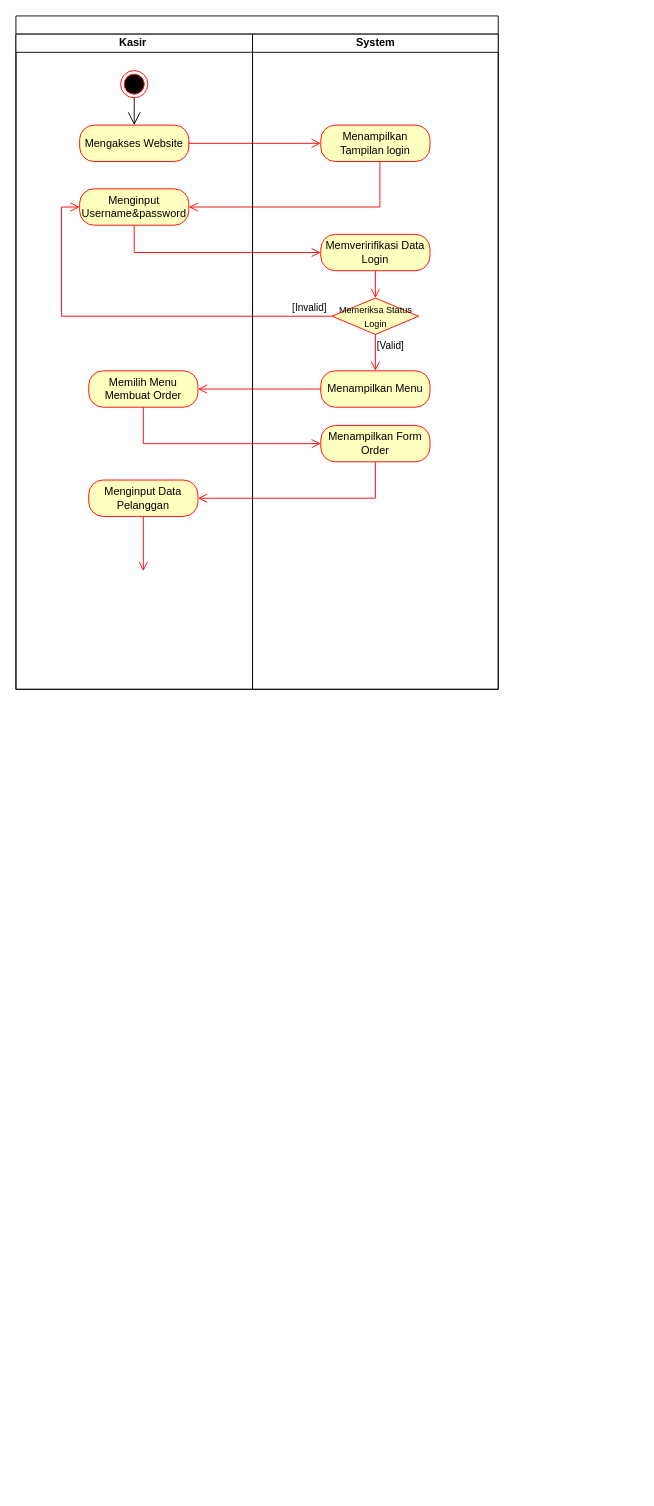
K35x/si_siblings_uml keeps this draw.io diagram as page "ACTIVITY DIAGRAM KASIR" (3 of 9) of ALL UML.drawio. Above is the earlier version. Source tidied: cells renumbered, new cells numbered last; positions are measured from the earlier drawing's top-left corner, leaving out a move shared by most shapes. Both pictures are drawn from the tidied source at 91%, with x=0, y=0 at pixel (15, 15).
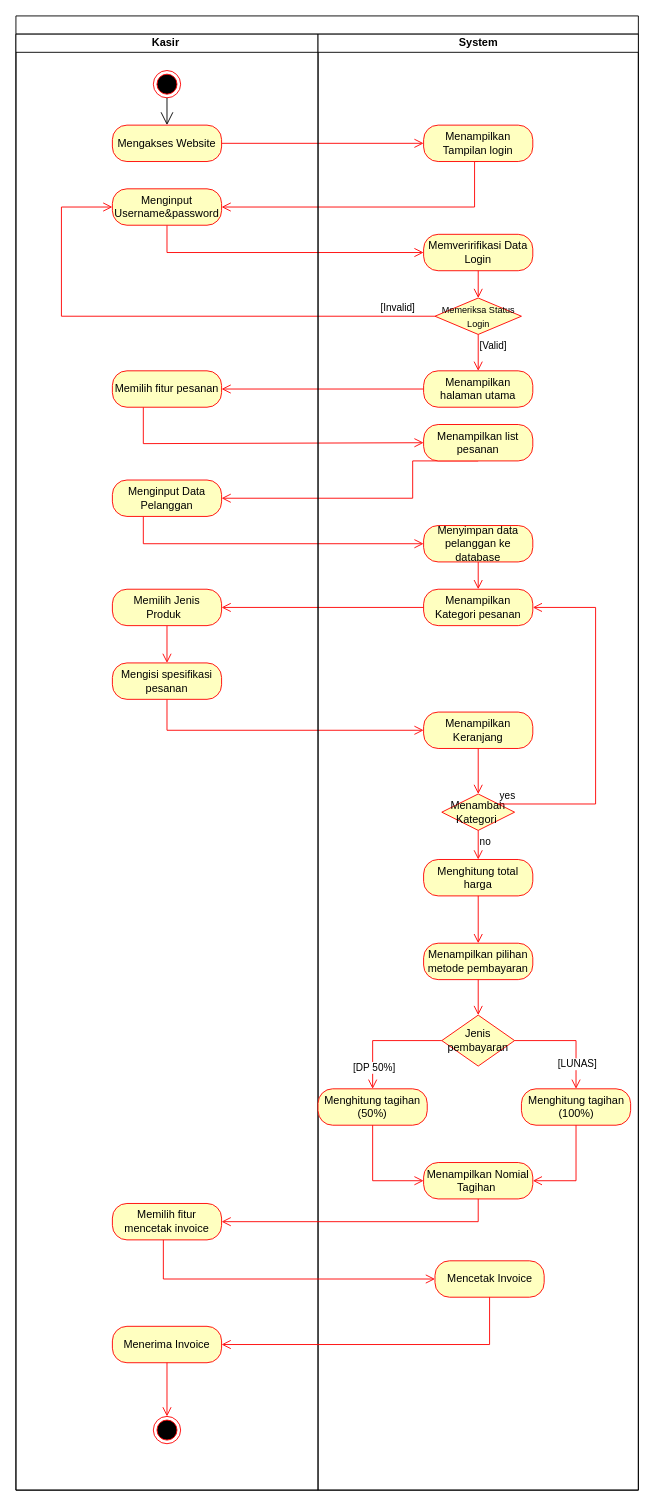
Above is the later version.

Change to the diagram source:
```diff
@@
     <mxCell id="2" style="swimlane;startSize=20;html=1;" parent="1" vertex="1">
-      <mxGeometry width="530" height="740" as="geometry" />
+      <mxGeometry width="684" height="1620" as="geometry" />
     </mxCell>
+    <mxCell id="11" style="edgeStyle=orthogonalEdgeStyle;html=1;verticalAlign=bottom;endArrow=open;endSize=8;strokeColor=#ff0000;rounded=0;entryX=0;entryY=0.5;entryDx=0;entryDy=0;" parent="2" edge="1" source="6" target="16">
+      <mxGeometry relative="1" as="geometry" />
+    </mxCell>
+    <mxCell id="12" style="edgeStyle=orthogonalEdgeStyle;html=1;verticalAlign=bottom;endArrow=open;endSize=8;strokeColor=#ff0000;rounded=0;entryX=1;entryY=0.5;entryDx=0;entryDy=0;exitX=0.5;exitY=1;exitDx=0;exitDy=0;" parent="2" edge="1" source="16" target="7">
+      <mxGeometry relative="1" as="geometry">
+        <Array as="points">
+          <mxPoint x="504" y="160" />
+          <mxPoint x="504" y="210" />
+        </Array>
+      </mxGeometry>
+    </mxCell>
+    <mxCell id="13" style="edgeStyle=orthogonalEdgeStyle;html=1;verticalAlign=bottom;endArrow=open;endSize=8;strokeColor=#ff0000;rounded=0;entryX=0;entryY=0.5;entryDx=0;entryDy=0;" parent="2" edge="1" source="7" target="17">
+      <mxGeometry relative="1" as="geometry">
+        <Array as="points">
+          <mxPoint x="166" y="260" />
+        </Array>
+      </mxGeometry>
+    </mxCell>
+    <mxCell id="14" value="[Invalid]" style="edgeStyle=orthogonalEdgeStyle;html=1;align=left;verticalAlign=bottom;endArrow=open;endSize=8;strokeColor=#ff0000;rounded=0;entryX=0;entryY=0.5;entryDx=0;entryDy=0;" parent="2" edge="1" source="19" target="7">
+      <mxGeometry x="-0.79" relative="1" as="geometry">
+        <Array as="points">
+          <mxPoint x="50" y="330" />
+          <mxPoint x="50" y="210" />
+        </Array>
+      </mxGeometry>
+    </mxCell>
+    <mxCell id="23" style="edgeStyle=orthogonalEdgeStyle;html=1;verticalAlign=bottom;endArrow=open;endSize=8;strokeColor=#ff0000;rounded=0;entryX=1;entryY=0.5;entryDx=0;entryDy=0;" parent="2" edge="1" source="21" target="8">
+      <mxGeometry relative="1" as="geometry" />
+    </mxCell>
+    <mxCell id="24" style="edgeStyle=orthogonalEdgeStyle;html=1;verticalAlign=bottom;endArrow=open;endSize=8;strokeColor=#ff0000;rounded=0;entryX=0;entryY=0.5;entryDx=0;entryDy=0;" parent="2" edge="1" source="8" target="22">
+      <mxGeometry relative="1" as="geometry">
+        <Array as="points">
+          <mxPoint x="140" y="470" />
+        </Array>
+      </mxGeometry>
+    </mxCell>
+    <mxCell id="25" style="edgeStyle=orthogonalEdgeStyle;html=1;verticalAlign=bottom;endArrow=open;endSize=8;strokeColor=#ff0000;rounded=0;entryX=1;entryY=0.5;entryDx=0;entryDy=0;exitX=0.5;exitY=1;exitDx=0;exitDy=0;" parent="2" edge="1" source="22" target="9">
+      <mxGeometry relative="1" as="geometry">
+        <Array as="points">
+          <mxPoint x="436" y="530" />
+        </Array>
+      </mxGeometry>
+    </mxCell>
+    <mxCell id="10" style="edgeStyle=orthogonalEdgeStyle;html=1;verticalAlign=bottom;endArrow=open;endSize=8;strokeColor=#ff0000;rounded=0;entryX=0;entryY=0.5;entryDx=0;entryDy=0;" parent="2" edge="1" source="9" target="35">
+      <mxGeometry relative="1" as="geometry">
+        <Array as="points">
+          <mxPoint x="140" y="580" />
+        </Array>
+      </mxGeometry>
+    </mxCell>
+    <mxCell id="26" style="edgeStyle=orthogonalEdgeStyle;html=1;verticalAlign=bottom;endArrow=open;endSize=8;strokeColor=#ff0000;rounded=0;entryX=1;entryY=0.5;entryDx=0;entryDy=0;" parent="2" edge="1" source="36" target="29">
+      <mxGeometry relative="1" as="geometry" />
+    </mxCell>
+    <mxCell id="27" style="edgeStyle=orthogonalEdgeStyle;html=1;verticalAlign=bottom;endArrow=open;endSize=8;strokeColor=#ff0000;rounded=0;entryX=0;entryY=0.5;entryDx=0;entryDy=0;" parent="2" edge="1" source="30" target="38">
+      <mxGeometry relative="1" as="geometry">
+        <Array as="points">
+          <mxPoint x="166" y="785" />
+        </Array>
+      </mxGeometry>
+    </mxCell>
     <mxCell id="3" value="Kasir&amp;nbsp;" style="swimlane;startSize=20;html=1;" parent="2" vertex="1">
-      <mxGeometry y="20" width="260" height="720" as="geometry" />
+      <mxGeometry y="20" width="332" height="1600" as="geometry" />
     </mxCell>
     <mxCell id="4" style="ellipse;html=1;shape=endState;fillColor=#000000;strokeColor=#ff0000;" parent="3" vertex="1">
-      <mxGeometry x="115" y="40" width="30" height="30" as="geometry" />
+      <mxGeometry x="151" y="40" width="30" height="30" as="geometry" />
     </mxCell>
@@
     <mxCell id="6" value="Mengakses Website" style="rounded=1;whiteSpace=wrap;html=1;arcSize=40;fontColor=#000000;fillColor=#ffffc0;strokeColor=#ff0000;" parent="3" vertex="1">
-      <mxGeometry x="70" y="100" width="120" height="40" as="geometry" />
+      <mxGeometry x="106" y="100" width="120" height="40" as="geometry" />
     </mxCell>
     <mxCell id="7" value="Menginput Username&amp;amp;password" style="rounded=1;whiteSpace=wrap;html=1;arcSize=40;fontColor=#000000;fillColor=#ffffc0;strokeColor=#ff0000;" parent="3" vertex="1">
-      <mxGeometry x="70" y="170" width="120" height="40" as="geometry" />
+      <mxGeometry x="106" y="170" width="120" height="40" as="geometry" />
     </mxCell>
-    <mxCell id="8" value="Memilih Menu Membuat Order" style="rounded=1;whiteSpace=wrap;html=1;arcSize=40;fontColor=#000000;fillColor=#ffffc0;strokeColor=#ff0000;" parent="3" vertex="1">
-      <mxGeometry x="80" y="370" width="120" height="40" as="geometry" />
+    <mxCell id="8" value="Memilih fitur pesanan" style="rounded=1;whiteSpace=wrap;html=1;arcSize=40;fontColor=#000000;fillColor=#ffffc0;strokeColor=#ff0000;" parent="3" vertex="1">
+      <mxGeometry x="106" y="370" width="120" height="40" as="geometry" />
     </mxCell>
     <mxCell id="9" value="Menginput Data Pelanggan" style="rounded=1;whiteSpace=wrap;html=1;arcSize=40;fontColor=#000000;fillColor=#ffffc0;strokeColor=#ff0000;" parent="3" vertex="1">
-      <mxGeometry x="80" y="490" width="120" height="40" as="geometry" />
+      <mxGeometry x="106" y="490" width="120" height="40" as="geometry" />
     </mxCell>
-    <mxCell id="10" style="edgeStyle=orthogonalEdgeStyle;html=1;verticalAlign=bottom;endArrow=open;endSize=8;strokeColor=#ff0000;rounded=0;" parent="3" edge="1" source="9">
-      <mxGeometry relative="1" as="geometry">
-        <mxPoint x="140" y="590" as="targetPoint" />
-      </mxGeometry>
-    </mxCell>
-    <mxCell id="11" style="edgeStyle=orthogonalEdgeStyle;html=1;verticalAlign=bottom;endArrow=open;endSize=8;strokeColor=#ff0000;rounded=0;entryX=0;entryY=0.5;entryDx=0;entryDy=0;" parent="2" edge="1" source="6" target="16">
-      <mxGeometry relative="1" as="geometry" />
-    </mxCell>
-    <mxCell id="12" style="edgeStyle=orthogonalEdgeStyle;html=1;verticalAlign=bottom;endArrow=open;endSize=8;strokeColor=#ff0000;rounded=0;entryX=1;entryY=0.5;entryDx=0;entryDy=0;" parent="2" edge="1" source="16" target="7">
-      <mxGeometry relative="1" as="geometry">
-        <Array as="points">
-          <mxPoint x="400" y="210" />
-        </Array>
-      </mxGeometry>
-    </mxCell>
-    <mxCell id="13" style="edgeStyle=orthogonalEdgeStyle;html=1;verticalAlign=bottom;endArrow=open;endSize=8;strokeColor=#ff0000;rounded=0;entryX=0;entryY=0.5;entryDx=0;entryDy=0;" parent="2" edge="1" source="7" target="17">
-      <mxGeometry relative="1" as="geometry">
-        <Array as="points">
-          <mxPoint x="130" y="260" />
-        </Array>
-      </mxGeometry>
-    </mxCell>
-    <mxCell id="14" value="[Invalid]" style="edgeStyle=orthogonalEdgeStyle;html=1;align=left;verticalAlign=bottom;endArrow=open;endSize=8;strokeColor=#ff0000;rounded=0;entryX=0;entryY=0.5;entryDx=0;entryDy=0;" parent="2" edge="1" source="19" target="7">
-      <mxGeometry x="-0.79" relative="1" as="geometry">
-        <Array as="points">
-          <mxPoint x="50" y="330" />
-          <mxPoint x="50" y="210" />
-        </Array>
-      </mxGeometry>
-    </mxCell>
+    <mxCell id="28" style="edgeStyle=orthogonalEdgeStyle;html=1;verticalAlign=bottom;endArrow=open;endSize=8;strokeColor=#ff0000;rounded=0;entryX=0.5;entryY=0;entryDx=0;entryDy=0;" parent="3" edge="1" source="29" target="30">
+      <mxGeometry relative="1" as="geometry" />
+    </mxCell>
+    <mxCell id="29" value="Memilih Jenis Produk&amp;nbsp;&amp;nbsp;" style="rounded=1;whiteSpace=wrap;html=1;arcSize=40;fontColor=#000000;fillColor=#ffffc0;strokeColor=#ff0000;" parent="3" vertex="1">
+      <mxGeometry x="106" y="610" width="120" height="40" as="geometry" />
+    </mxCell>
+    <mxCell id="30" value="Mengisi spesifikasi pesanan" style="rounded=1;whiteSpace=wrap;html=1;arcSize=40;fontColor=#000000;fillColor=#ffffc0;strokeColor=#ff0000;" parent="3" vertex="1">
+      <mxGeometry x="106" y="691" width="120" height="40" as="geometry" />
+    </mxCell>
+    <mxCell id="31" value="Memilih fitur mencetak invoice" style="rounded=1;whiteSpace=wrap;html=1;arcSize=40;fontColor=#000000;fillColor=#ffffc0;strokeColor=#ff0000;" parent="3" vertex="1">
+      <mxGeometry x="106" y="1285" width="120" height="40" as="geometry" />
+    </mxCell>
+    <mxCell id="32" value="Menerima Invoice" style="rounded=1;whiteSpace=wrap;html=1;arcSize=40;fontColor=#000000;fillColor=#ffffc0;strokeColor=#ff0000;" parent="3" vertex="1">
+      <mxGeometry x="106" y="1420" width="120" height="40" as="geometry" />
+    </mxCell>
+    <mxCell id="33" style="edgeStyle=orthogonalEdgeStyle;html=1;verticalAlign=bottom;endArrow=open;endSize=8;strokeColor=#ff0000;rounded=0;entryX=0.5;entryY=0;entryDx=0;entryDy=0;" parent="3" edge="1" source="32" target="34">
+      <mxGeometry relative="1" as="geometry" />
+    </mxCell>
+    <mxCell id="34" style="ellipse;html=1;shape=endState;fillColor=#000000;strokeColor=#ff0000;" parent="3" vertex="1">
+      <mxGeometry x="151" y="1519" width="30" height="30" as="geometry" />
+    </mxCell>
     <mxCell id="15" value="System" style="swimlane;startSize=20;html=1;" parent="2" vertex="1">
-      <mxGeometry x="260" y="20" width="270" height="720" as="geometry" />
+      <mxGeometry x="332" y="20" width="352" height="1600" as="geometry" />
     </mxCell>
     <mxCell id="16" value="Menampilkan Tampilan login" style="rounded=1;whiteSpace=wrap;html=1;arcSize=40;fontColor=#000000;fillColor=#ffffc0;strokeColor=#ff0000;" parent="15" vertex="1">
-      <mxGeometry x="75" y="100" width="120" height="40" as="geometry" />
+      <mxGeometry x="116" y="100" width="120" height="40" as="geometry" />
     </mxCell>
     <mxCell id="17" value="Memveririfikasi Data Login" style="rounded=1;whiteSpace=wrap;html=1;arcSize=40;fontColor=#000000;fillColor=#ffffc0;strokeColor=#ff0000;" parent="15" vertex="1">
-      <mxGeometry x="75" y="220" width="120" height="40" as="geometry" />
+      <mxGeometry x="116" y="220" width="120" height="40" as="geometry" />
     </mxCell>
@@
     <mxCell id="19" value="&lt;font style=&quot;font-size: 10px;&quot;&gt;Memeriksa Status Login&lt;/font&gt;" style="rhombus;whiteSpace=wrap;html=1;fontColor=#000000;fillColor=#ffffc0;strokeColor=#ff0000;" parent="15" vertex="1">
-      <mxGeometry x="87.5" y="290" width="95" height="40" as="geometry" />
+      <mxGeometry x="128.5" y="290" width="95" height="40" as="geometry" />
     </mxCell>
@@
-    <mxCell id="21" value="Menampilkan Menu" style="rounded=1;whiteSpace=wrap;html=1;arcSize=40;fontColor=#000000;fillColor=#ffffc0;strokeColor=#ff0000;" parent="15" vertex="1">
-      <mxGeometry x="75" y="370" width="120" height="40" as="geometry" />
+    <mxCell id="21" value="Menampilkan halaman utama" style="rounded=1;whiteSpace=wrap;html=1;arcSize=40;fontColor=#000000;fillColor=#ffffc0;strokeColor=#ff0000;" parent="15" vertex="1">
+      <mxGeometry x="116" y="370" width="120" height="40" as="geometry" />
     </mxCell>
-    <mxCell id="22" value="Menampilkan Form Order" style="rounded=1;whiteSpace=wrap;html=1;arcSize=40;fontColor=#000000;fillColor=#ffffc0;strokeColor=#ff0000;" parent="15" vertex="1">
-      <mxGeometry x="75" y="430" width="120" height="40" as="geometry" />
+    <mxCell id="22" value="Menampilkan list pesanan" style="rounded=1;whiteSpace=wrap;html=1;arcSize=40;fontColor=#000000;fillColor=#ffffc0;strokeColor=#ff0000;" parent="15" vertex="1">
+      <mxGeometry x="116" y="429" width="120" height="40" as="geometry" />
     </mxCell>
-    <mxCell id="23" style="edgeStyle=orthogonalEdgeStyle;html=1;verticalAlign=bottom;endArrow=open;endSize=8;strokeColor=#ff0000;rounded=0;entryX=1;entryY=0.5;entryDx=0;entryDy=0;" parent="2" edge="1" source="21" target="8">
-      <mxGeometry relative="1" as="geometry" />
-    </mxCell>
-    <mxCell id="24" style="edgeStyle=orthogonalEdgeStyle;html=1;verticalAlign=bottom;endArrow=open;endSize=8;strokeColor=#ff0000;rounded=0;entryX=0;entryY=0.5;entryDx=0;entryDy=0;" parent="2" edge="1" source="8" target="22">
-      <mxGeometry relative="1" as="geometry">
-        <Array as="points">
-          <mxPoint x="140" y="470" />
-        </Array>
-      </mxGeometry>
-    </mxCell>
-    <mxCell id="25" style="edgeStyle=orthogonalEdgeStyle;html=1;verticalAlign=bottom;endArrow=open;endSize=8;strokeColor=#ff0000;rounded=0;entryX=1;entryY=0.5;entryDx=0;entryDy=0;" parent="2" edge="1" source="22" target="9">
-      <mxGeometry relative="1" as="geometry">
-        <Array as="points">
-          <mxPoint x="395" y="530" />
-        </Array>
-      </mxGeometry>
-    </mxCell>
+    <mxCell id="35" value="Menyimpan data pelanggan ke database" style="rounded=1;whiteSpace=wrap;html=1;arcSize=40;fontColor=#000000;fillColor=#ffffc0;strokeColor=#ff0000;" parent="15" vertex="1">
+      <mxGeometry x="116" y="540" width="120" height="40" as="geometry" />
+    </mxCell>
+    <mxCell id="36" value="Menampilkan Kategori pesanan" style="rounded=1;whiteSpace=wrap;html=1;arcSize=40;fontColor=#000000;fillColor=#ffffc0;strokeColor=#ff0000;" parent="15" vertex="1">
+      <mxGeometry x="116" y="610" width="120" height="40" as="geometry" />
+    </mxCell>
+    <mxCell id="37" style="edgeStyle=orthogonalEdgeStyle;html=1;verticalAlign=bottom;endArrow=open;endSize=8;strokeColor=#ff0000;rounded=0;" parent="15" edge="1" source="35" target="36">
+      <mxGeometry relative="1" as="geometry">
+        <Array as="points">
+          <mxPoint x="135" y="620" />
+          <mxPoint x="120" y="620" />
+        </Array>
+      </mxGeometry>
+    </mxCell>
+    <mxCell id="38" value="Menampilkan Keranjang" style="rounded=1;whiteSpace=wrap;html=1;arcSize=40;fontColor=#000000;fillColor=#ffffc0;strokeColor=#ff0000;" parent="15" vertex="1">
+      <mxGeometry x="116" y="745" width="120" height="40" as="geometry" />
+    </mxCell>
+    <mxCell id="39" style="edgeStyle=orthogonalEdgeStyle;html=1;verticalAlign=bottom;endArrow=open;endSize=8;strokeColor=#ff0000;rounded=0;entryX=0.5;entryY=0;entryDx=0;entryDy=0;" parent="15" edge="1" source="38" target="40">
+      <mxGeometry relative="1" as="geometry" />
+    </mxCell>
+    <mxCell id="40" value="Menambah Kategori&amp;nbsp;" style="rhombus;whiteSpace=wrap;html=1;fontColor=#000000;fillColor=#ffffc0;strokeColor=#ff0000;" parent="15" vertex="1">
+      <mxGeometry x="136" y="835" width="80" height="40" as="geometry" />
+    </mxCell>
+    <mxCell id="41" value="yes" style="edgeStyle=orthogonalEdgeStyle;html=1;align=left;verticalAlign=bottom;endArrow=open;endSize=8;strokeColor=#ff0000;rounded=0;entryX=1;entryY=0.5;entryDx=0;entryDy=0;" parent="15" edge="1" source="40" target="36">
+      <mxGeometry x="-1" relative="1" as="geometry">
+        <Array as="points">
+          <mxPoint x="305" y="846" />
+          <mxPoint x="305" y="630" />
+        </Array>
+      </mxGeometry>
+    </mxCell>
+    <mxCell id="42" value="Menghitung total harga" style="rounded=1;whiteSpace=wrap;html=1;arcSize=40;fontColor=#000000;fillColor=#ffffc0;strokeColor=#ff0000;" parent="15" vertex="1">
+      <mxGeometry x="116" y="907" width="120" height="40" as="geometry" />
+    </mxCell>
+    <mxCell id="43" value="no" style="edgeStyle=orthogonalEdgeStyle;html=1;align=left;verticalAlign=top;endArrow=open;endSize=8;strokeColor=#ff0000;rounded=0;entryX=0.5;entryY=0;entryDx=0;entryDy=0;" parent="15" edge="1" source="40" target="42">
+      <mxGeometry x="-1" relative="1" as="geometry" />
+    </mxCell>
+    <mxCell id="44" value="Menampilkan pilihan metode pembayaran" style="rounded=1;whiteSpace=wrap;html=1;arcSize=40;fontColor=#000000;fillColor=#ffffc0;strokeColor=#ff0000;" parent="15" vertex="1">
+      <mxGeometry x="116" y="999" width="120" height="40" as="geometry" />
+    </mxCell>
+    <mxCell id="45" style="edgeStyle=orthogonalEdgeStyle;html=1;verticalAlign=bottom;endArrow=open;endSize=8;strokeColor=#ff0000;rounded=0;entryX=0.5;entryY=0;entryDx=0;entryDy=0;" parent="15" edge="1" source="44" target="47">
+      <mxGeometry relative="1" as="geometry" />
+    </mxCell>
+    <mxCell id="46" style="edgeStyle=orthogonalEdgeStyle;html=1;verticalAlign=bottom;endArrow=open;endSize=8;strokeColor=#ff0000;rounded=0;entryX=0.5;entryY=0;entryDx=0;entryDy=0;" parent="15" edge="1" source="42" target="44">
+      <mxGeometry relative="1" as="geometry" />
+    </mxCell>
+    <mxCell id="47" value="Jenis pembayaran" style="rhombus;whiteSpace=wrap;html=1;fontColor=#000000;fillColor=#ffffc0;strokeColor=#ff0000;" parent="15" vertex="1">
+      <mxGeometry x="136" y="1078" width="80" height="56" as="geometry" />
+    </mxCell>
+    <mxCell id="48" value="Menghitung tagihan (100%)" style="rounded=1;whiteSpace=wrap;html=1;arcSize=40;fontColor=#000000;fillColor=#ffffc0;strokeColor=#ff0000;" parent="15" vertex="1">
+      <mxGeometry x="223.5" y="1159" width="120" height="40" as="geometry" />
+    </mxCell>
+    <mxCell id="49" style="edgeStyle=orthogonalEdgeStyle;html=1;verticalAlign=bottom;endArrow=open;endSize=8;strokeColor=#ff0000;rounded=0;exitX=0.5;exitY=1;exitDx=0;exitDy=0;entryX=1;entryY=0.5;entryDx=0;entryDy=0;" parent="15" edge="1" source="48" target="54">
+      <mxGeometry relative="1" as="geometry" />
+    </mxCell>
+    <mxCell id="50" value="[LUNAS]" style="edgeStyle=orthogonalEdgeStyle;html=1;align=left;verticalAlign=bottom;endArrow=open;endSize=8;strokeColor=#ff0000;rounded=0;exitX=1;exitY=0.5;exitDx=0;exitDy=0;entryX=0.5;entryY=0;entryDx=0;entryDy=0;" parent="15" edge="1" source="47" target="48">
+      <mxGeometry x="0.7" y="-22" relative="1" as="geometry">
+        <Array as="points">
+          <mxPoint x="284" y="1106" />
+          <mxPoint x="284" y="1159" />
+        </Array>
+      </mxGeometry>
+    </mxCell>
+    <mxCell id="51" value="Menghitung tagihan (50%)" style="rounded=1;whiteSpace=wrap;html=1;arcSize=40;fontColor=#000000;fillColor=#ffffc0;strokeColor=#ff0000;" parent="15" vertex="1">
+      <mxGeometry y="1159" width="120" height="40" as="geometry" />
+    </mxCell>
+    <mxCell id="52" style="edgeStyle=orthogonalEdgeStyle;html=1;verticalAlign=bottom;endArrow=open;endSize=8;strokeColor=#ff0000;rounded=0;entryX=0;entryY=0.5;entryDx=0;entryDy=0;" parent="15" edge="1" source="51" target="54">
+      <mxGeometry relative="1" as="geometry" />
+    </mxCell>
+    <mxCell id="53" value="[DP 50%]" style="edgeStyle=orthogonalEdgeStyle;html=1;align=left;verticalAlign=top;endArrow=open;endSize=8;strokeColor=#ff0000;rounded=0;entryX=0.5;entryY=0;entryDx=0;entryDy=0;" parent="15" edge="1" source="47" target="51">
+      <mxGeometry x="0.44" y="-23" relative="1" as="geometry">
+        <Array as="points">
+          <mxPoint x="60" y="1106" />
+        </Array>
+      </mxGeometry>
+    </mxCell>
+    <mxCell id="54" value="Menampilkan Nomial Tagihan&amp;nbsp;" style="rounded=1;whiteSpace=wrap;html=1;arcSize=40;fontColor=#000000;fillColor=#ffffc0;strokeColor=#ff0000;" parent="15" vertex="1">
+      <mxGeometry x="116" y="1240" width="120" height="40" as="geometry" />
+    </mxCell>
+    <mxCell id="55" value="Mencetak Invoice" style="rounded=1;whiteSpace=wrap;html=1;arcSize=40;fontColor=#000000;fillColor=#ffffc0;strokeColor=#ff0000;" parent="15" vertex="1">
+      <mxGeometry x="128.5" y="1348" width="120" height="40" as="geometry" />
+    </mxCell>
+    <mxCell id="56" style="edgeStyle=orthogonalEdgeStyle;html=1;verticalAlign=bottom;endArrow=open;endSize=8;strokeColor=#ff0000;rounded=0;entryX=1;entryY=0.5;entryDx=0;entryDy=0;" parent="2" edge="1" source="54" target="31">
+      <mxGeometry relative="1" as="geometry">
+        <Array as="points">
+          <mxPoint x="508" y="1325" />
+        </Array>
+      </mxGeometry>
+    </mxCell>
+    <mxCell id="57" style="edgeStyle=orthogonalEdgeStyle;html=1;verticalAlign=bottom;endArrow=open;endSize=8;strokeColor=#ff0000;rounded=0;entryX=0;entryY=0.5;entryDx=0;entryDy=0;" parent="2" edge="1" source="31" target="55">
+      <mxGeometry relative="1" as="geometry">
+        <Array as="points">
+          <mxPoint x="162" y="1388" />
+        </Array>
+      </mxGeometry>
+    </mxCell>
+    <mxCell id="58" style="edgeStyle=orthogonalEdgeStyle;html=1;verticalAlign=bottom;endArrow=open;endSize=8;strokeColor=#ff0000;rounded=0;entryX=1;entryY=0.5;entryDx=0;entryDy=0;" parent="2" edge="1" source="55" target="32">
+      <mxGeometry relative="1" as="geometry">
+        <Array as="points">
+          <mxPoint x="520" y="1460" />
+        </Array>
+      </mxGeometry>
+    </mxCell>
```
